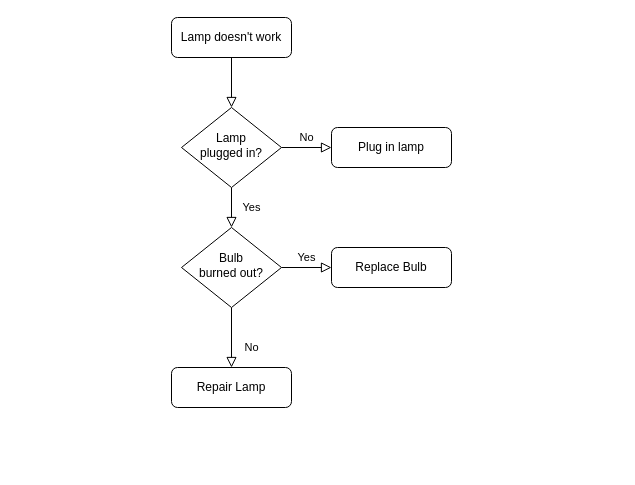
Before: res/未命名绘图.drawio in TonyPhh/Python-100-Days, a draw.io diagram. Source tidied: cells renumbered, new cells numbered last; positions are measured from the earlier drawing's top-left corner, leaving out a move shared by most shapes. Both pictures are drawn from the tidied source at 100%, with x=0, y=0 at pixel (171, 17).
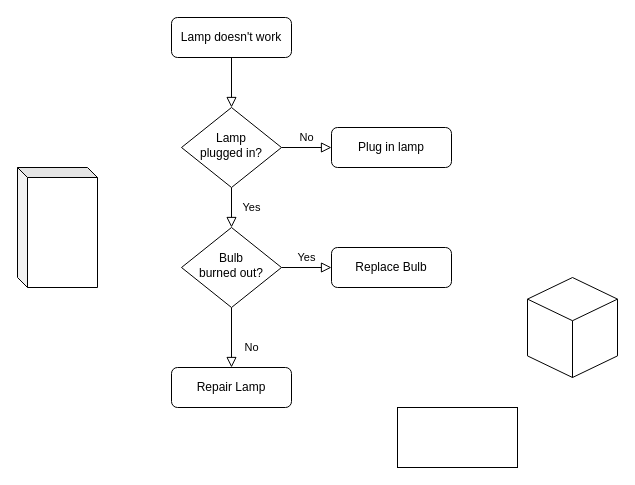
After the change.

Diff of the diagram source:
```diff
@@
 <mxGraphModel>
   <root>
     <mxCell id="0" />
     <mxCell id="1" parent="0" />
     <mxCell id="2" style="rounded=0;html=1;jettySize=auto;fontSize=11;endArrow=block;endFill=0;endSize=8;strokeWidth=1;shadow=0;labelBackgroundColor=none;edgeStyle=orthogonalEdgeStyle;" parent="1" edge="1" source="3" target="6">
       <mxGeometry relative="1" as="geometry" />
     </mxCell>
     <mxCell id="3" value="Lamp doesn't work" style="rounded=1;whiteSpace=wrap;html=1;fontSize=12;glass=0;strokeWidth=1;shadow=0;" parent="1" vertex="1">
       <mxGeometry width="120" height="40" as="geometry" />
     </mxCell>
     <mxCell id="4" value="Yes" style="rounded=0;html=1;jettySize=auto;fontSize=11;endArrow=block;endFill=0;endSize=8;strokeWidth=1;shadow=0;labelBackgroundColor=none;edgeStyle=orthogonalEdgeStyle;" parent="1" edge="1" source="6" target="10">
       <mxGeometry y="20" relative="1" as="geometry" />
     </mxCell>
     <mxCell id="5" value="No" style="edgeStyle=orthogonalEdgeStyle;rounded=0;html=1;jettySize=auto;fontSize=11;endArrow=block;endFill=0;endSize=8;strokeWidth=1;shadow=0;labelBackgroundColor=none;" parent="1" edge="1" source="6" target="7">
       <mxGeometry y="10" relative="1" as="geometry" />
     </mxCell>
     <mxCell id="6" value="Lamp&lt;br&gt;plugged in?" style="rhombus;whiteSpace=wrap;html=1;shadow=0;fontFamily=Helvetica;fontSize=12;align=center;strokeWidth=1;spacing=6;spacingTop=-4;" parent="1" vertex="1">
       <mxGeometry x="10" y="90" width="100" height="80" as="geometry" />
     </mxCell>
     <mxCell id="7" value="Plug in lamp" style="rounded=1;whiteSpace=wrap;html=1;fontSize=12;glass=0;strokeWidth=1;shadow=0;" parent="1" vertex="1">
       <mxGeometry x="160" y="110" width="120" height="40" as="geometry" />
     </mxCell>
     <mxCell id="8" value="No" style="rounded=0;html=1;jettySize=auto;fontSize=11;endArrow=block;endFill=0;endSize=8;strokeWidth=1;shadow=0;labelBackgroundColor=none;edgeStyle=orthogonalEdgeStyle;" parent="1" edge="1" source="10" target="11">
       <mxGeometry x="0.33" y="20" relative="1" as="geometry" />
     </mxCell>
     <mxCell id="9" value="Yes" style="edgeStyle=orthogonalEdgeStyle;rounded=0;html=1;jettySize=auto;fontSize=11;endArrow=block;endFill=0;endSize=8;strokeWidth=1;shadow=0;labelBackgroundColor=none;" parent="1" edge="1" source="10" target="12">
       <mxGeometry y="10" relative="1" as="geometry" />
     </mxCell>
     <mxCell id="10" value="Bulb&lt;br&gt;burned out?" style="rhombus;whiteSpace=wrap;html=1;shadow=0;fontFamily=Helvetica;fontSize=12;align=center;strokeWidth=1;spacing=6;spacingTop=-4;" parent="1" vertex="1">
       <mxGeometry x="10" y="210" width="100" height="80" as="geometry" />
     </mxCell>
     <mxCell id="11" value="Repair Lamp" style="rounded=1;whiteSpace=wrap;html=1;fontSize=12;glass=0;strokeWidth=1;shadow=0;" parent="1" vertex="1">
       <mxGeometry y="350" width="120" height="40" as="geometry" />
     </mxCell>
     <mxCell id="12" value="Replace Bulb" style="rounded=1;whiteSpace=wrap;html=1;fontSize=12;glass=0;strokeWidth=1;shadow=0;" parent="1" vertex="1">
       <mxGeometry x="160" y="230" width="120" height="40" as="geometry" />
     </mxCell>
+    <mxCell id="13" style="rounded=0;whiteSpace=wrap;html=1;" parent="1" vertex="1">
+      <mxGeometry x="226" y="390" width="120" height="60" as="geometry" />
+    </mxCell>
+    <mxCell id="14" style="html=1;whiteSpace=wrap;shape=isoCube2;backgroundOutline=1;isoAngle=15;" parent="1" vertex="1">
+      <mxGeometry x="356" y="260" width="90" height="100" as="geometry" />
+    </mxCell>
+    <mxCell id="15" style="shape=cube;whiteSpace=wrap;html=1;boundedLbl=1;backgroundOutline=1;darkOpacity=0.05;darkOpacity2=0.1;size=10;direction=south;flipH=1;" parent="1" vertex="1">
+      <mxGeometry x="-154" y="150" width="80" height="120" as="geometry" />
+    </mxCell>
   </root>
 </mxGraphModel>
```
